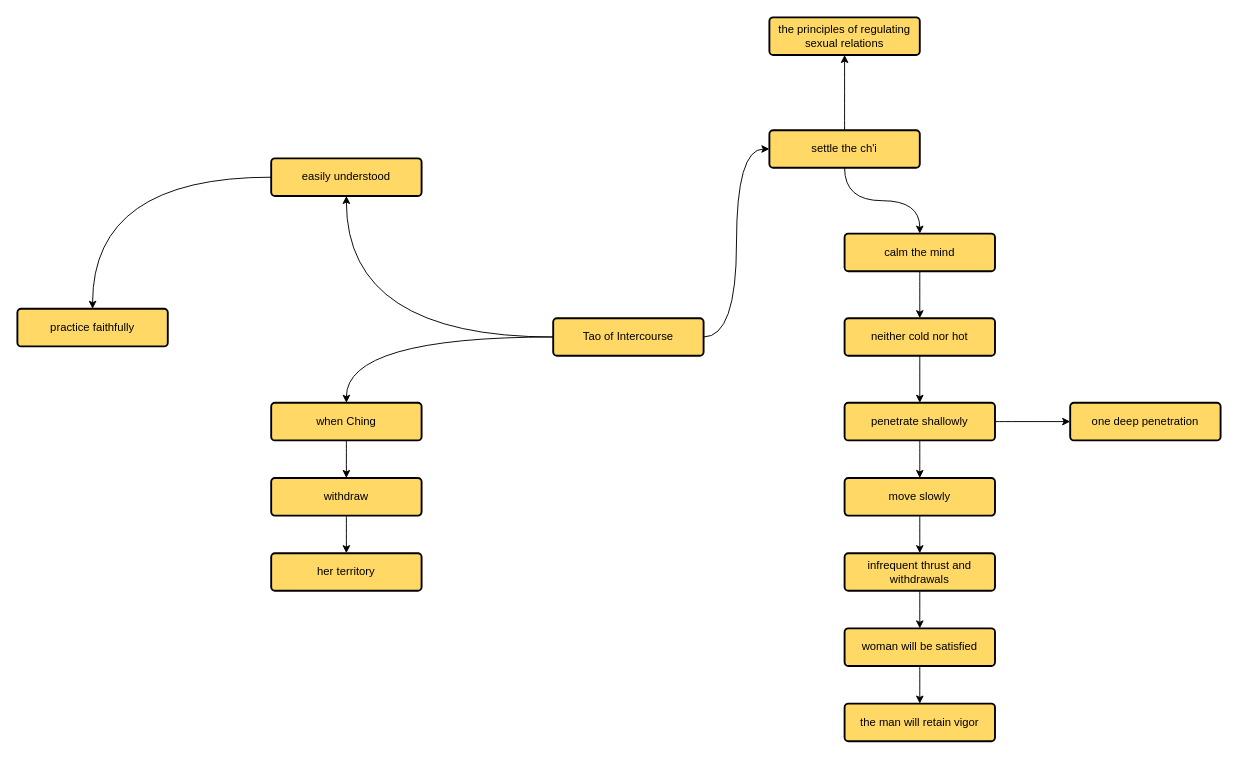
Earlier version of the draw.io diagram art_of_the_bedchamber-the_sui_tang_classics_reconstructed.drawio (msizi-mlaba/msizi-mlaba). Source tidied: cells renumbered, new cells numbered last; positions are measured from the earlier drawing's top-left corner, leaving out a move shared by most shapes. Both pictures are drawn from the tidied source at 94%, with x=0, y=0 at pixel (17, 17).
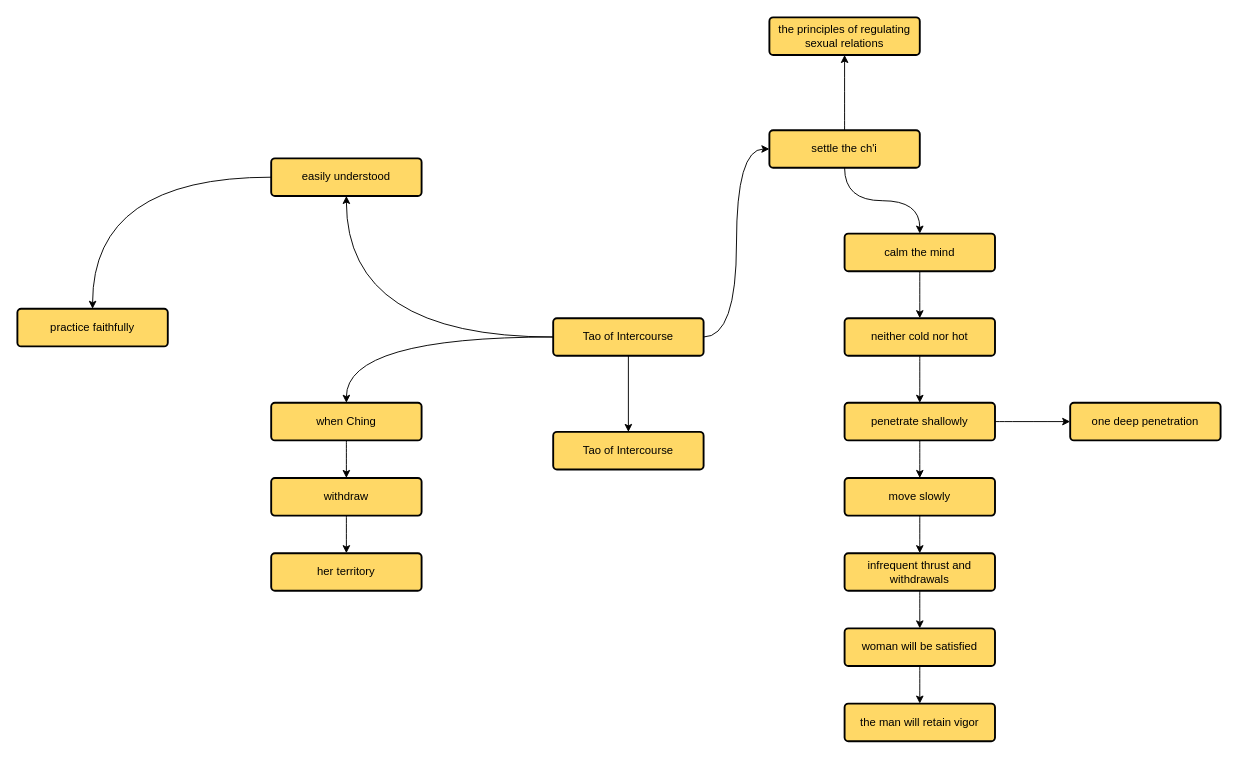
The same diagram, later.

Unchanged cells that the change refers to:
```xml
<mxCell id="5" value="Tao of Intercourse" style="rounded=1;whiteSpace=wrap;html=1;arcSize=10;fillColor=#FFD866;strokeColor=light-dark(#000000, #6d5100);strokeWidth=2;" parent="1" vertex="1">
  <mxGeometry x="570" y="320" width="160" height="40" as="geometry" />
</mxCell>
```

Change to the diagram source:
```diff
@@
+    <mxCell id="33" style="edgeStyle=orthogonalEdgeStyle;rounded=0;jettySize=auto;html=1;" parent="1" edge="1" source="5" target="34">
+      <mxGeometry relative="1" as="geometry" />
+    </mxCell>
@@
+    <mxCell id="34" value="Tao of Intercourse" style="rounded=1;whiteSpace=wrap;html=1;arcSize=10;fillColor=#FFD866;strokeColor=light-dark(#000000, #6d5100);strokeWidth=2;" parent="1" vertex="1">
+      <mxGeometry x="570" y="441" width="160" height="40" as="geometry" />
+    </mxCell>
```
